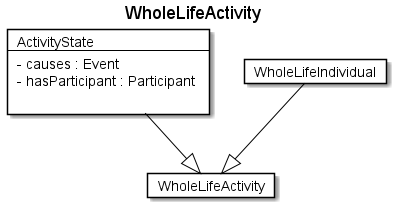
Above: fragments/diagrams/WholeLifeActivity.png in rtigran/rdf2adoc (PlantUML), before the change.
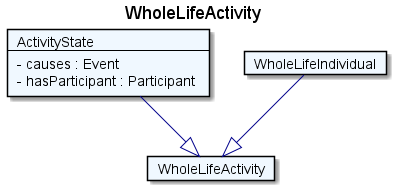
After the commit.

The edit, as a diff of the source:
```diff
@@ -1,19 +1,18 @@
 @startuml
 Title WholeLifeActivity
 
-Card WholeLifeActivity #fff [
+Card WholeLifeActivity #F0F8FF [
 WholeLifeActivity
 ]
-Card ActivityState #fff [
+Card ActivityState #F0F8FF [
 ActivityState
 ----
 - causes : Event
 - hasParticipant : Participant
-
 ]
-ActivityState --|> WholeLifeActivity  #000
-Card WholeLifeIndividual #fff [
+ActivityState --|> WholeLifeActivity  #00008B
+Card WholeLifeIndividual #F0F8FF [
 WholeLifeIndividual
 ]
-WholeLifeIndividual --|> WholeLifeActivity  #000
+WholeLifeIndividual --|> WholeLifeActivity  #00008B
 @enduml
```
